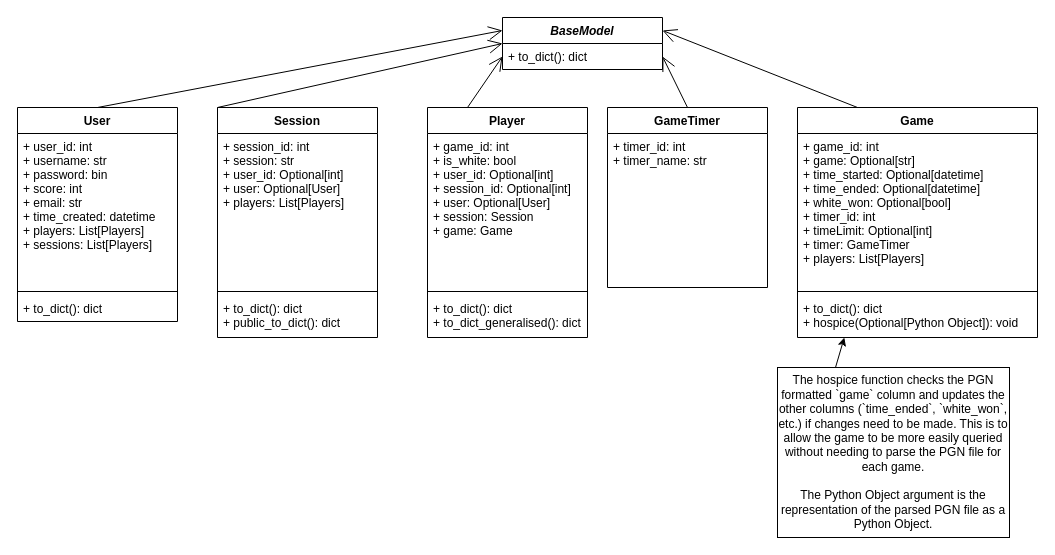
Earlier version of the draw.io diagram public/nea/Models-Diagram.drawio (Ultrasonic1209/chess-app-frontend). Source tidied: cells renumbered, new cells numbered last; positions are measured from the earlier drawing's top-left corner, leaving out a move shared by most shapes. Both pictures are drawn from the tidied source at 100%, with x=0, y=0 at pixel (17, 17).
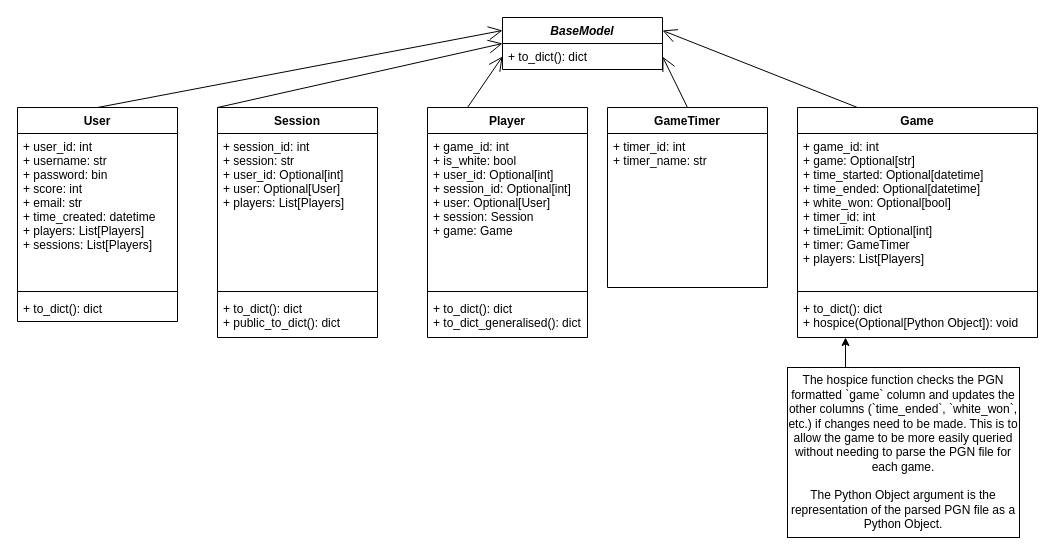
After the change.

Unchanged cells that the change refers to:
```xml
<mxCell id="25" value="+ to_dict(): dict&#10;+ hospice(Optional[Python Object]): void" style="text;strokeColor=none;fillColor=none;align=left;verticalAlign=top;spacingLeft=4;spacingRight=4;overflow=hidden;points=[[0,0.5],[1,0.5]];portConstraint=eastwest;" parent="22" vertex="1">
  <mxGeometry y="188" width="240" height="42" as="geometry" />
</mxCell>
```

What changed in the source:
```diff
@@
-    <mxCell id="27" style="endArrow=classic;html=1;entryX=0.195;entryY=1;entryDx=0;entryDy=0;entryPerimeter=0;exitX=0.25;exitY=0;exitDx=0;exitDy=0;" parent="1" edge="1" source="28" target="25">
-      <mxGeometry relative="1" as="geometry" />
+    <mxCell id="27" style="endArrow=classic;html=1;exitX=0.25;exitY=0;exitDx=0;exitDy=0;" parent="1" edge="1" source="28">
+      <mxGeometry relative="1" as="geometry">
+        <mxPoint x="828" y="320" as="targetPoint" />
+      </mxGeometry>
     </mxCell>
     <mxCell id="28" value="The hospice function checks the PGN formatted `game` column and updates the other columns (`time_ended`, `white_won`, etc.) if changes need to be made. This is to allow the game to be more easily queried without needing to parse the PGN file for each game.&lt;br&gt;&lt;br&gt;The Python Object argument is the representation of the parsed PGN file as a Python Object." style="rounded=0;whiteSpace=wrap;html=1;" parent="1" vertex="1">
-      <mxGeometry x="760" y="350" width="232" height="170" as="geometry" />
+      <mxGeometry x="770" y="350" width="232" height="170" as="geometry" />
     </mxCell>
```
